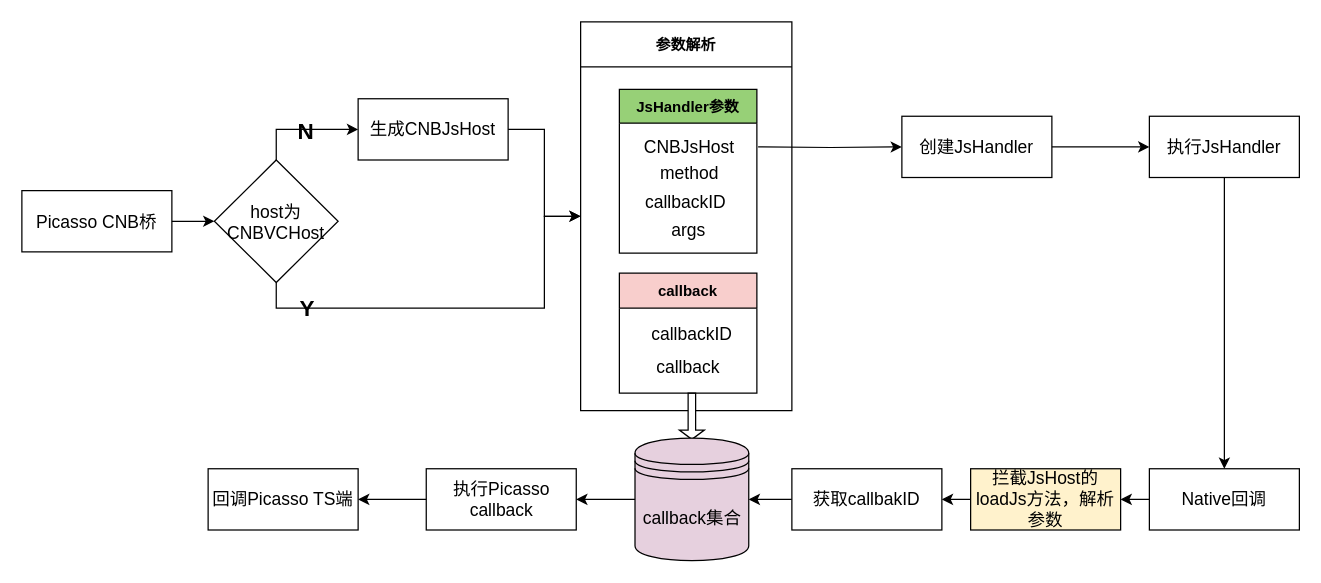
Above: page "Page-1" (1 of 2) of Untitled Diagram.drawio in hpk1994/chart (draw.io), before the change. Source tidied: cells renumbered, new cells numbered last; positions are measured from the earlier drawing's top-left corner, leaving out a move shared by most shapes. Both pictures are drawn from the tidied source at 125%, with x=0, y=0 at pixel (21, 21).
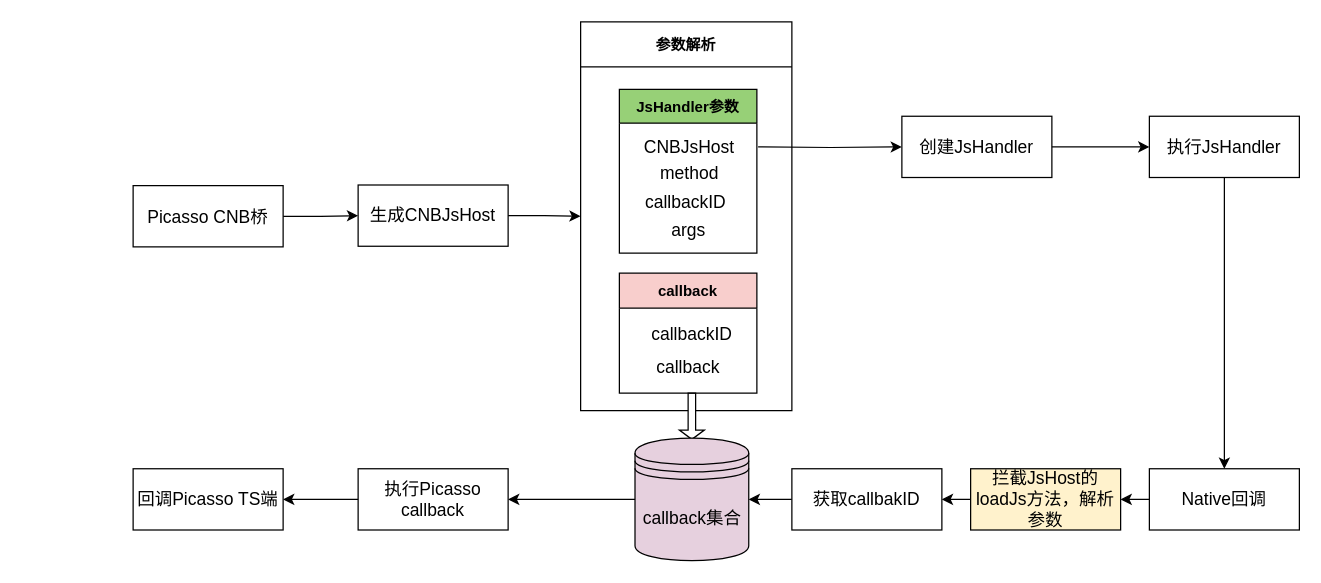
The same page after the edit.

The change refers to these unchanged cells:
```xml
<mxCell id="2" style="group;" parent="1" vertex="1">
  <mxGeometry width="1022" height="431" as="geometry" />
</mxCell>
<mxCell id="9" value="参数解析" style="swimlane;startSize=36;" parent="2" vertex="1">
  <mxGeometry x="447" width="169" height="311" as="geometry" />
</mxCell>
```

What changed in the source:
```diff
@@
+    <mxCell id="38" style="edgeStyle=orthogonalEdgeStyle;rounded=0;jettySize=auto;html=1;exitX=1;exitY=0.5;exitDx=0;exitDy=0;entryX=0;entryY=0.5;entryDx=0;entryDy=0;" parent="2" edge="1" source="3" target="6">
+      <mxGeometry relative="1" as="geometry" />
+    </mxCell>
     <mxCell id="3" value="&lt;font style=&quot;font-size: 14px&quot;&gt;Picasso CNB桥&lt;/font&gt;" style="rounded=0;whiteSpace=wrap;html=1;" parent="2" vertex="1">
-      <mxGeometry y="135" width="120" height="49" as="geometry" />
+      <mxGeometry x="89" y="131" width="120" height="49" as="geometry" />
     </mxCell>
-    <mxCell id="4" value="&lt;font style=&quot;font-size: 14px&quot;&gt;host为&lt;br&gt;CNBVCHost&lt;/font&gt;&lt;br&gt;" style="rhombus;whiteSpace=wrap;html=1;" parent="2" vertex="1">
-      <mxGeometry x="154" y="110.5" width="99" height="98" as="geometry" />
-    </mxCell>
-    <mxCell id="5" style="edgeStyle=orthogonalEdgeStyle;rounded=0;jettySize=auto;html=1;exitX=1;exitY=0.5;exitDx=0;exitDy=0;entryX=0;entryY=0.5;entryDx=0;entryDy=0;" parent="2" edge="1" source="3" target="4">
-      <mxGeometry relative="1" as="geometry" />
-    </mxCell>
     <mxCell id="6" value="&lt;span style=&quot;font-size: 14px&quot;&gt;生成CNBJsHost&lt;/span&gt;" style="rounded=0;whiteSpace=wrap;html=1;" parent="2" vertex="1">
-      <mxGeometry x="269" y="61.5" width="120" height="49" as="geometry" />
+      <mxGeometry x="269" y="130.5" width="120" height="49" as="geometry" />
     </mxCell>
-    <mxCell id="7" style="edgeStyle=orthogonalEdgeStyle;rounded=0;jettySize=auto;html=1;exitX=0.5;exitY=0;exitDx=0;exitDy=0;entryX=0;entryY=0.5;entryDx=0;entryDy=0;" parent="2" edge="1" source="4" target="6">
-      <mxGeometry relative="1" as="geometry" />
-    </mxCell>
-    <mxCell id="8" value="&lt;b&gt;&lt;font style=&quot;font-size: 18px&quot;&gt;N&lt;/font&gt;&lt;/b&gt;" style="text;html=1;align=center;verticalAlign=middle;labelBackgroundColor=none;" parent="7" vertex="1">
-      <mxGeometry x="0.05" y="-1" relative="1" as="geometry" />
-    </mxCell>
@@
-    <mxCell id="17" style="edgeStyle=orthogonalEdgeStyle;rounded=0;jettySize=auto;html=1;exitX=0.5;exitY=1;exitDx=0;exitDy=0;entryX=0;entryY=0.5;entryDx=0;entryDy=0;" parent="2" edge="1" source="4" target="9">
-      <mxGeometry relative="1" as="geometry">
-        <Array as="points">
-          <mxPoint x="204" y="229" />
-          <mxPoint x="418" y="229" />
-          <mxPoint x="418" y="156" />
-        </Array>
-      </mxGeometry>
-    </mxCell>
-    <mxCell id="18" value="&lt;font style=&quot;font-size: 18px&quot;&gt;&lt;b&gt;Y&lt;/b&gt;&lt;/font&gt;" style="text;html=1;align=center;verticalAlign=middle;labelBackgroundColor=none;" parent="17" vertex="1">
-      <mxGeometry x="-0.74" relative="1" as="geometry" />
-    </mxCell>
@@
     <mxCell id="29" value="&lt;span style=&quot;font-size: 14px&quot;&gt;执行Picasso callback&lt;/span&gt;" style="rounded=0;whiteSpace=wrap;html=1;" parent="2" vertex="1">
-      <mxGeometry x="323.5" y="357.5" width="120" height="49" as="geometry" />
+      <mxGeometry x="269" y="357.5" width="120" height="49" as="geometry" />
     </mxCell>
@@
     <mxCell id="31" value="&lt;span style=&quot;font-size: 14px&quot;&gt;回调Picasso TS端&lt;/span&gt;" style="rounded=0;whiteSpace=wrap;html=1;" parent="2" vertex="1">
-      <mxGeometry x="149" y="357.5" width="120" height="49" as="geometry" />
+      <mxGeometry x="89" y="357.5" width="120" height="49" as="geometry" />
     </mxCell>
```
